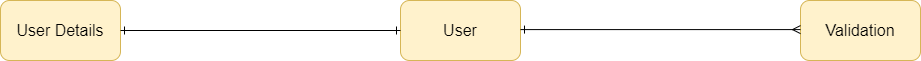
Before: Database_ERD/Conceptual_ERD.png, a diagram exported from draw.io (AleshkaKarki/Nepse). Source tidied: cells renumbered, new cells last; positions are measured from the earlier drawing's top-left corner, leaving out a move shared by most shapes.
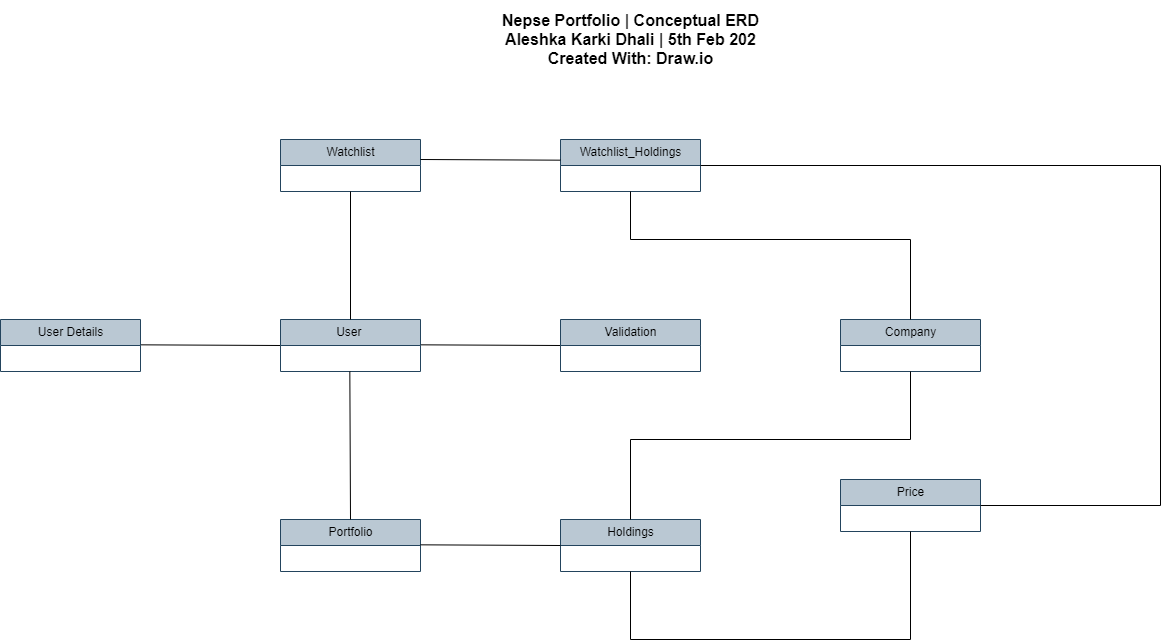
After the change.

Change to the diagram source:
```diff
@@ -2,23 +2,97 @@
   <root>
     <mxCell id="0" />
     <mxCell id="1" parent="0" />
-    <mxCell id="2" value="&lt;font style=&quot;font-size: 16px;&quot;&gt;Validation&lt;/font&gt;" style="rounded=1;whiteSpace=wrap;html=1;fillColor=#fff2cc;strokeColor=#d6b656;" parent="1" vertex="1">
-      <mxGeometry x="800" width="120" height="60" as="geometry" />
-    </mxCell>
-    <mxCell id="3" value="&lt;font style=&quot;font-size: 16px;&quot;&gt;User&lt;/font&gt;" style="rounded=1;whiteSpace=wrap;html=1;fillColor=#fff2cc;strokeColor=#d6b656;" parent="1" vertex="1">
-      <mxGeometry x="400" width="120" height="60" as="geometry" />
-    </mxCell>
-    <mxCell id="4" value="&lt;font style=&quot;font-size: 16px;&quot;&gt;User Details&lt;/font&gt;" style="rounded=1;whiteSpace=wrap;html=1;fillColor=#fff2cc;strokeColor=#d6b656;" parent="1" vertex="1">
-      <mxGeometry width="120" height="60" as="geometry" />
-    </mxCell>
-    <mxCell id="5" style="endArrow=ERone;html=1;rounded=0;entryX=0;entryY=0.5;entryDx=0;entryDy=0;exitX=1;exitY=0.5;exitDx=0;exitDy=0;startArrow=ERone;startFill=0;endFill=0;" parent="1" edge="1" source="4" target="3">
-      <mxGeometry relative="1" as="geometry" />
+    <mxCell id="5" style="endArrow=none;html=1;rounded=0;entryX=0;entryY=0.5;entryDx=0;entryDy=0;exitX=1;exitY=0.5;exitDx=0;exitDy=0;startArrow=none;startFill=0;endFill=0;" parent="1" edge="1" target="3">
+      <mxGeometry relative="1" as="geometry">
+        <mxPoint x="140" y="185.3" as="sourcePoint" />
+      </mxGeometry>
     </mxCell>
-    <mxCell id="6" style="endArrow=ERmany;html=1;rounded=0;entryX=0;entryY=0.5;entryDx=0;entryDy=0;exitX=1;exitY=0.5;exitDx=0;exitDy=0;startArrow=ERone;startFill=0;endFill=0;" parent="1" edge="1">
+    <mxCell id="6" style="endArrow=none;html=1;rounded=0;entryX=0;entryY=0.5;entryDx=0;entryDy=0;exitX=1;exitY=0.5;exitDx=0;exitDy=0;startArrow=none;startFill=0;endFill=0;" parent="1" edge="1" target="2">
       <mxGeometry relative="1" as="geometry">
-        <mxPoint x="520" y="29.1" as="sourcePoint" />
-        <mxPoint x="800" y="29.1" as="targetPoint" />
+        <mxPoint x="420" y="185.3" as="sourcePoint" />
       </mxGeometry>
     </mxCell>
+    <mxCell id="4" value="User Details" style="swimlane;fontStyle=0;horizontal=1;startSize=26;fillColor=#bac8d3;html=1;strokeColor=#23445d;" parent="1" vertex="1">
+      <mxGeometry y="160" width="140" height="52" as="geometry" />
+    </mxCell>
+    <mxCell id="3" value="User&amp;nbsp;" style="swimlane;fontStyle=0;horizontal=1;startSize=26;fillColor=#bac8d3;html=1;strokeColor=#23445d;" parent="1" vertex="1">
+      <mxGeometry x="280" y="160" width="140" height="52" as="geometry" />
+    </mxCell>
+    <mxCell id="2" value="Validation" style="swimlane;fontStyle=0;horizontal=1;startSize=26;fillColor=#bac8d3;html=1;strokeColor=#23445d;" parent="1" vertex="1">
+      <mxGeometry x="560" y="160" width="140" height="52" as="geometry" />
+    </mxCell>
+    <mxCell id="7" value="Portfolio" style="swimlane;fontStyle=0;horizontal=1;startSize=26;fillColor=#bac8d3;html=1;strokeColor=#23445d;" parent="1" vertex="1">
+      <mxGeometry x="280" y="360" width="140" height="52" as="geometry" />
+    </mxCell>
+    <mxCell id="8" value="Watchlist" style="swimlane;fontStyle=0;horizontal=1;startSize=26;fillColor=#bac8d3;html=1;strokeColor=#23445d;" parent="1" vertex="1">
+      <mxGeometry x="280" y="-20" width="140" height="52" as="geometry" />
+    </mxCell>
+    <mxCell id="9" value="Watchlist_Holdings" style="swimlane;fontStyle=0;horizontal=1;startSize=26;fillColor=#bac8d3;html=1;strokeColor=#23445d;" parent="1" vertex="1">
+      <mxGeometry x="560" y="-20" width="140" height="52" as="geometry" />
+    </mxCell>
+    <mxCell id="10" value="Holdings" style="swimlane;fontStyle=0;horizontal=1;startSize=26;fillColor=#bac8d3;html=1;strokeColor=#23445d;" parent="1" vertex="1">
+      <mxGeometry x="560" y="360" width="140" height="52" as="geometry" />
+    </mxCell>
+    <mxCell id="11" value="Company" style="swimlane;fontStyle=0;horizontal=1;startSize=26;fillColor=#bac8d3;html=1;strokeColor=#23445d;" parent="1" vertex="1">
+      <mxGeometry x="840" y="160" width="140" height="52" as="geometry" />
+    </mxCell>
+    <mxCell id="12" value="Price" style="swimlane;fontStyle=0;horizontal=1;startSize=26;fillColor=#bac8d3;html=1;strokeColor=#23445d;" parent="1" vertex="1">
+      <mxGeometry x="840" y="320" width="140" height="52" as="geometry" />
+    </mxCell>
+    <mxCell id="13" style="endArrow=none;html=1;rounded=0;entryX=0.5;entryY=1;entryDx=0;entryDy=0;exitX=0.5;exitY=0;exitDx=0;exitDy=0;startArrow=none;startFill=0;endFill=0;" parent="1" edge="1" source="3" target="8">
+      <mxGeometry relative="1" as="geometry" />
+    </mxCell>
+    <mxCell id="14" style="endArrow=none;html=1;rounded=0;entryX=0;entryY=0.5;entryDx=0;entryDy=0;exitX=1;exitY=0.5;exitDx=0;exitDy=0;startArrow=none;startFill=0;endFill=0;" parent="1" edge="1">
+      <mxGeometry relative="1" as="geometry">
+        <mxPoint x="420" as="sourcePoint" />
+        <mxPoint x="560" y="0.7" as="targetPoint" />
+      </mxGeometry>
+    </mxCell>
+    <mxCell id="15" style="endArrow=none;html=1;rounded=0;entryX=0.5;entryY=1;entryDx=0;entryDy=0;exitX=0.5;exitY=0;exitDx=0;exitDy=0;startArrow=none;startFill=0;endFill=0;" parent="1" edge="1" source="7">
+      <mxGeometry relative="1" as="geometry">
+        <mxPoint x="349.3" y="212" as="targetPoint" />
+      </mxGeometry>
+    </mxCell>
+    <mxCell id="16" style="endArrow=none;html=1;rounded=0;entryX=0;entryY=0.5;entryDx=0;entryDy=0;exitX=1;exitY=0.5;exitDx=0;exitDy=0;startArrow=none;startFill=0;endFill=0;" parent="1" edge="1">
+      <mxGeometry relative="1" as="geometry">
+        <mxPoint x="420" y="385.3" as="sourcePoint" />
+        <mxPoint x="560" y="386" as="targetPoint" />
+      </mxGeometry>
+    </mxCell>
+    <mxCell id="17" style="endArrow=none;html=1;rounded=0;entryX=0.5;entryY=1;entryDx=0;entryDy=0;exitX=0.5;exitY=1;exitDx=0;exitDy=0;startArrow=none;startFill=0;endFill=0;" parent="1" edge="1" source="10" target="12">
+      <mxGeometry relative="1" as="geometry">
+        <Array as="points">
+          <mxPoint x="630" y="480" />
+          <mxPoint x="910" y="480" />
+        </Array>
+      </mxGeometry>
+    </mxCell>
+    <mxCell id="18" style="endArrow=none;html=1;rounded=0;exitX=1;exitY=0.5;exitDx=0;exitDy=0;entryX=1;entryY=0.5;entryDx=0;entryDy=0;startArrow=none;startFill=0;endFill=0;" parent="1" edge="1" source="9" target="12">
+      <mxGeometry relative="1" as="geometry">
+        <Array as="points">
+          <mxPoint x="1160" y="6" />
+          <mxPoint x="1160" y="346" />
+        </Array>
+      </mxGeometry>
+    </mxCell>
+    <mxCell id="19" style="endArrow=none;html=1;rounded=0;entryX=0.5;entryY=0;entryDx=0;entryDy=0;exitX=0.5;exitY=1;exitDx=0;exitDy=0;startArrow=none;startFill=0;endFill=0;" parent="1" edge="1" source="9" target="11">
+      <mxGeometry relative="1" as="geometry">
+        <Array as="points">
+          <mxPoint x="630" y="80" />
+          <mxPoint x="910" y="80" />
+        </Array>
+      </mxGeometry>
+    </mxCell>
+    <mxCell id="20" style="endArrow=none;html=1;rounded=0;exitX=0.5;exitY=0;exitDx=0;exitDy=0;entryX=0.5;entryY=1;entryDx=0;entryDy=0;startArrow=none;startFill=0;endFill=0;" parent="1" edge="1" source="10" target="11">
+      <mxGeometry relative="1" as="geometry">
+        <Array as="points">
+          <mxPoint x="630" y="280" />
+          <mxPoint x="910" y="280" />
+        </Array>
+      </mxGeometry>
+    </mxCell>
+    <mxCell id="21" value="&lt;font style=&quot;font-size: 16px;&quot;&gt;&lt;b&gt;Nepse Portfolio | Conceptual ERD&lt;br&gt;Aleshka Karki Dhali | 5th Feb 202&lt;br&gt;Created With: Draw.io&lt;/b&gt;&lt;br&gt;&lt;/font&gt;" style="text;html=1;strokeColor=none;fillColor=none;align=center;verticalAlign=middle;whiteSpace=wrap;rounded=0;" parent="1" vertex="1">
+      <mxGeometry x="467.5" y="-160" width="325" height="80" as="geometry" />
+    </mxCell>
   </root>
 </mxGraphModel>
```
